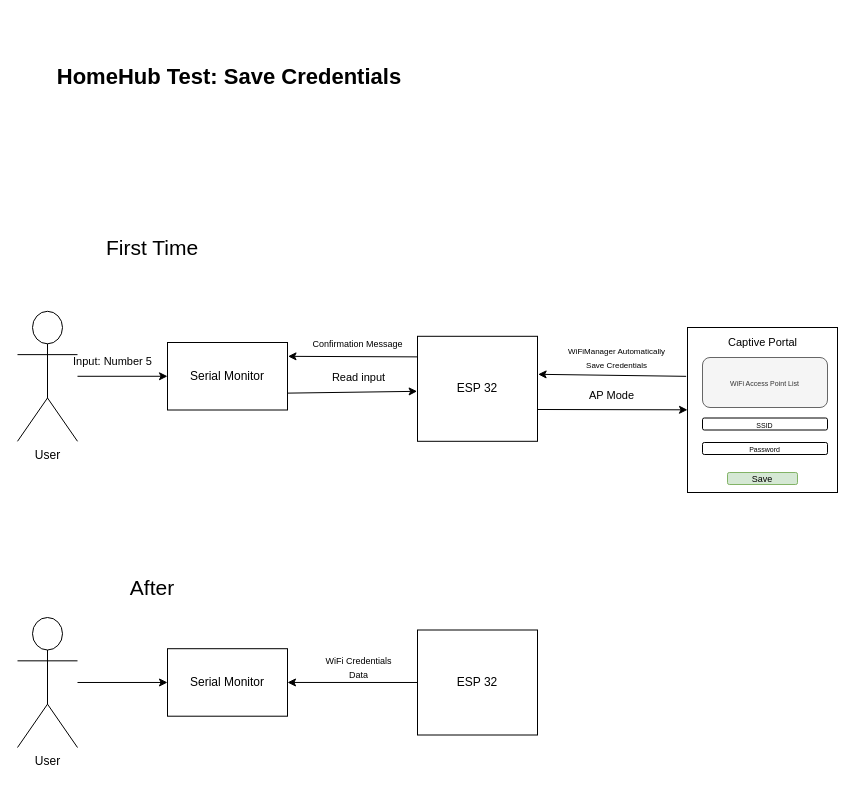
This is docs/drawio/homehub_save_wifi_credentials.drawio from AndresRicoM/axol_pairing, a draw.io file, before an edit. Source tidied: cells renumbered, new cells numbered last; positions are measured from the earlier drawing's top-left corner, leaving out a move shared by most shapes. Both pictures are drawn from the tidied source at 100%, with x=0, y=0 at pixel (17, 17).
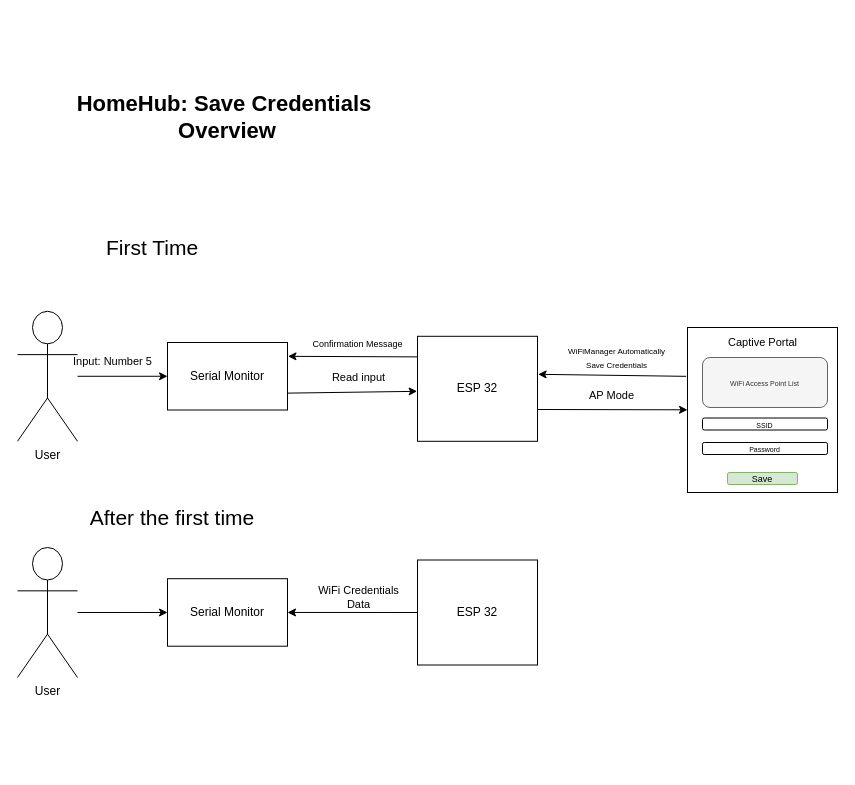
Above is the later version.

Unchanged cells that the change refers to:
```xml
<mxCell id="27" style="edgeStyle=none;shape=connector;rounded=0;jettySize=auto;html=1;strokeColor=default;align=center;verticalAlign=middle;fontFamily=Helvetica;fontSize=11;fontColor=default;labelBackgroundColor=default;endArrow=classic;" parent="1" edge="1" source="29" target="26">
  <mxGeometry relative="1" as="geometry" />
</mxCell>
```

The edit, as a diff of the source:
```diff
@@
-    <mxCell id="15" value="&lt;font style=&quot;font-size: 22px;&quot;&gt;&lt;b&gt;HomeHub Test: Save Credentials&amp;nbsp;&lt;/b&gt;&lt;/font&gt;" style="text;html=1;align=center;verticalAlign=middle;whiteSpace=wrap;rounded=0;" parent="1" vertex="1">
-      <mxGeometry x="25" width="380" height="120" as="geometry" />
+    <mxCell id="15" value="&lt;font style=&quot;font-size: 22px;&quot;&gt;&lt;b&gt;HomeHub: Save Credentials&amp;nbsp;&lt;/b&gt;&lt;/font&gt;&lt;div&gt;&lt;font style=&quot;font-size: 22px;&quot;&gt;&lt;b&gt;Overview&lt;/b&gt;&lt;/font&gt;&lt;/div&gt;" style="text;html=1;align=center;verticalAlign=middle;whiteSpace=wrap;rounded=0;" parent="1" vertex="1">
+      <mxGeometry x="20" y="40" width="380" height="120" as="geometry" />
     </mxCell>
@@
     <mxCell id="25" value="User" style="shape=umlActor;verticalLabelPosition=bottom;verticalAlign=top;html=1;outlineConnect=0;" parent="1" vertex="1">
-      <mxGeometry y="600" width="60" height="130" as="geometry" />
+      <mxGeometry y="530" width="60" height="130" as="geometry" />
     </mxCell>
     <mxCell id="26" value="Serial Monitor" style="rounded=0;whiteSpace=wrap;html=1;" parent="1" vertex="1">
-      <mxGeometry x="150" y="631.2" width="120" height="67.5" as="geometry" />
+      <mxGeometry x="150" y="561.2" width="120" height="67.5" as="geometry" />
     </mxCell>
@@
-    <mxCell id="28" value="&lt;font style=&quot;font-size: 9px;&quot;&gt;WiFi Credentials&lt;br&gt;Data&lt;/font&gt;" style="edgeLabel;html=1;align=center;verticalAlign=middle;" parent="27" vertex="1">
+    <mxCell id="28" value="&lt;font style=&quot;font-size: 11px;&quot;&gt;WiFi Credentials&lt;br&gt;Data&lt;/font&gt;" style="edgeLabel;html=1;align=center;verticalAlign=middle;" parent="27" vertex="1">
       <mxGeometry x="-0.38" y="-2" relative="1" as="geometry">
         <mxPoint x="-20" y="-13" as="offset" />
       </mxGeometry>
     </mxCell>
     <mxCell id="29" value="ESP 32" style="rounded=0;whiteSpace=wrap;html=1;" parent="1" vertex="1">
-      <mxGeometry x="400" y="612.5" width="120" height="105" as="geometry" />
+      <mxGeometry x="400" y="542.5" width="120" height="105" as="geometry" />
     </mxCell>
-    <mxCell id="30" value="&lt;font style=&quot;font-size: 21px;&quot;&gt;After&lt;/font&gt;" style="text;html=1;align=center;verticalAlign=middle;whiteSpace=wrap;rounded=0;" parent="1" vertex="1">
-      <mxGeometry x="65" y="540" width="140" height="60" as="geometry" />
+    <mxCell id="30" value="&lt;font style=&quot;font-size: 21px;&quot;&gt;After the first time&lt;/font&gt;" style="text;html=1;align=center;verticalAlign=middle;whiteSpace=wrap;rounded=0;" parent="1" vertex="1">
+      <mxGeometry x="65" y="470" width="180" height="60" as="geometry" />
     </mxCell>
```
